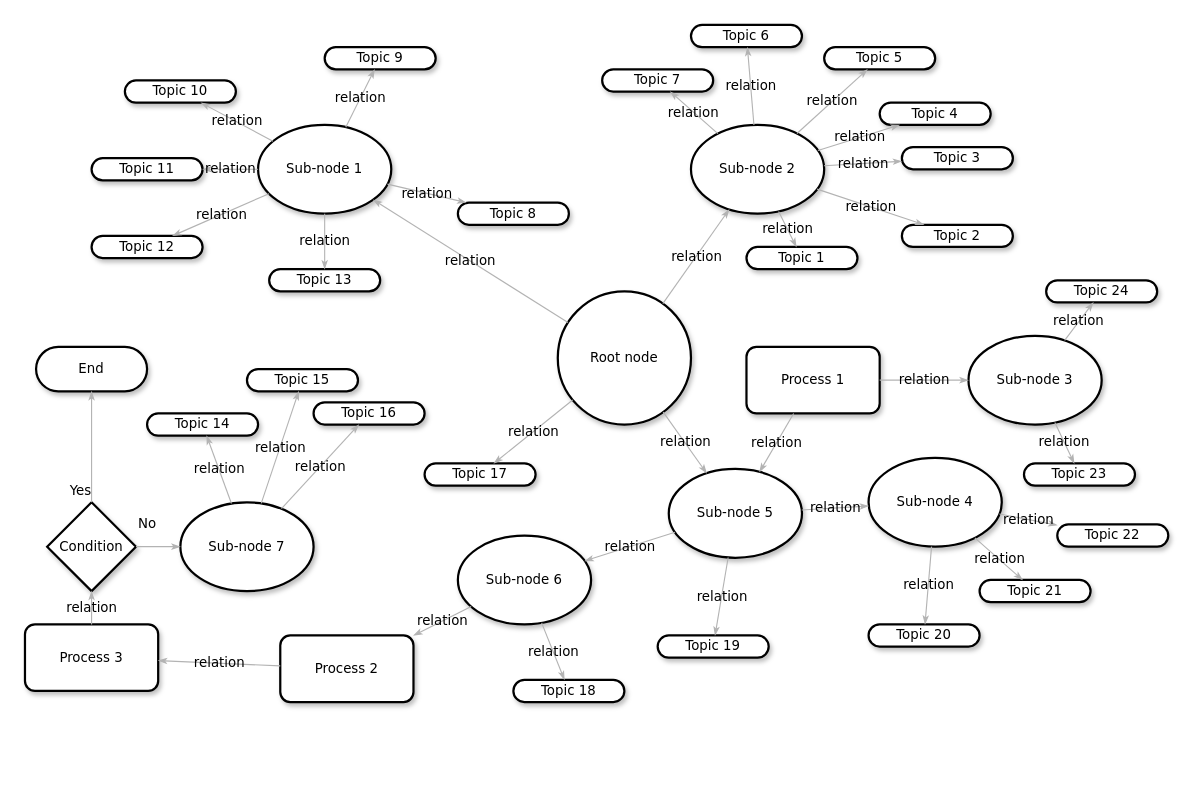
This is diagrams/Untitled Diagram.drawio from rihdus/we, a draw.io file, before an edit. Source tidied: cells renumbered, new cells numbered last; positions are measured from the earlier drawing's top-left corner, leaving out a move shared by most shapes. Both pictures are drawn from the tidied source at 111%, with x=0, y=0 at pixel (24, 24).
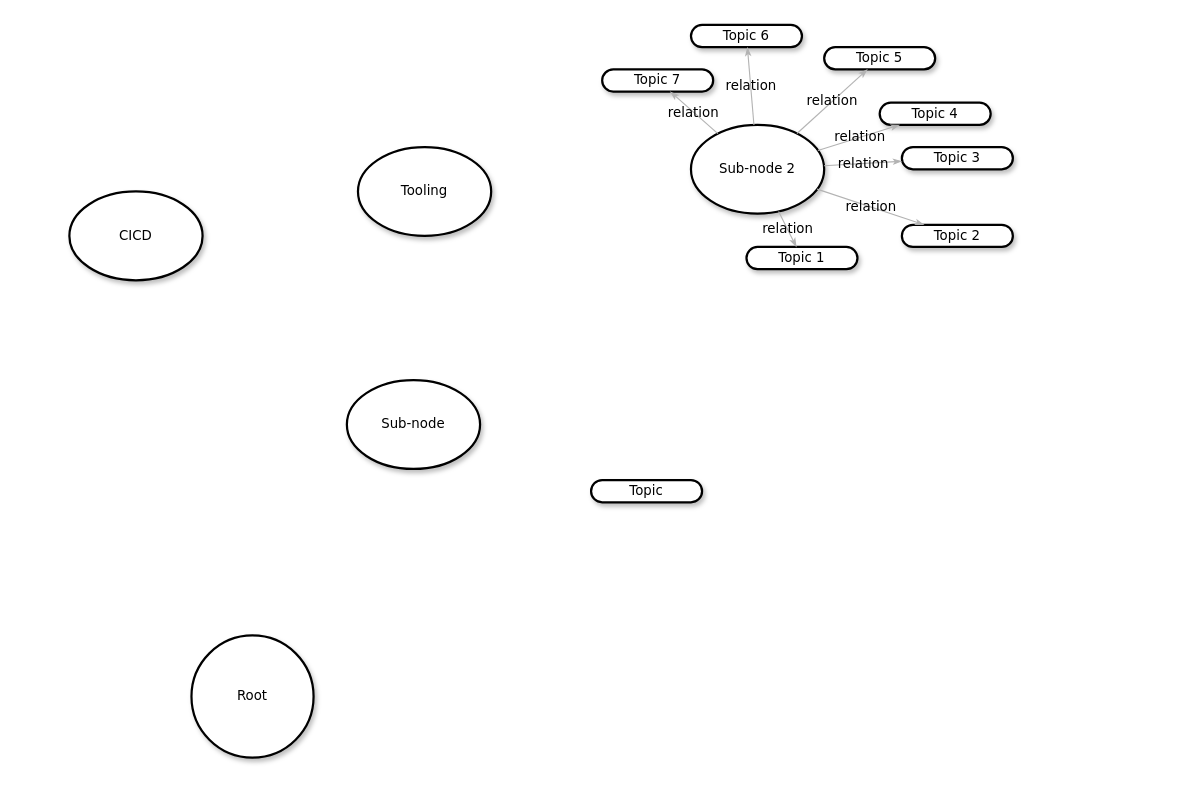
After the change.

Unchanged cells that the change refers to:
```xml
<mxCell id="4" value="&lt;span&gt;Sub-node 2&lt;/span&gt;" style="ellipse;whiteSpace=wrap;html=1;rounded=1;shadow=1;comic=0;labelBackgroundColor=none;strokeWidth=2;fontFamily=Verdana;fontSize=12;align=center;" parent="1" vertex="1">
  <mxGeometry x="600" y="90" width="120" height="80" as="geometry" />
</mxCell>
```

What changed in the source:
```diff
@@
-    <mxCell id="2" value="&lt;span&gt;Topic 10&lt;/span&gt;" style="whiteSpace=wrap;html=1;rounded=1;shadow=1;comic=0;labelBackgroundColor=none;strokeWidth=2;fontFamily=Verdana;fontSize=12;align=center;arcSize=50;" parent="1" vertex="1">
-      <mxGeometry x="90" y="50" width="100" height="20" as="geometry" />
-    </mxCell>
-    <mxCell id="3" value="Sub-node 1" style="ellipse;whiteSpace=wrap;html=1;rounded=1;shadow=1;comic=0;labelBackgroundColor=none;strokeWidth=2;fontFamily=Verdana;fontSize=12;align=center;" parent="1" vertex="1">
-      <mxGeometry x="210" y="90" width="120" height="80" as="geometry" />
-    </mxCell>
@@
-    <mxCell id="5" value="Root node" style="ellipse;whiteSpace=wrap;html=1;rounded=1;shadow=1;comic=0;labelBackgroundColor=none;strokeWidth=2;fontFamily=Verdana;fontSize=12;align=center;" parent="1" vertex="1">
-      <mxGeometry x="480" y="240" width="120" height="120" as="geometry" />
-    </mxCell>
-    <mxCell id="6" value="&lt;span&gt;Sub-node 5&lt;/span&gt;" style="ellipse;whiteSpace=wrap;html=1;rounded=1;shadow=1;comic=0;labelBackgroundColor=none;strokeWidth=2;fontFamily=Verdana;fontSize=12;align=center;" parent="1" vertex="1">
-      <mxGeometry x="580" y="400" width="120" height="80" as="geometry" />
-    </mxCell>
-    <mxCell id="7" value="&lt;span&gt;Sub-node 4&lt;/span&gt;" style="ellipse;whiteSpace=wrap;html=1;rounded=1;shadow=1;comic=0;labelBackgroundColor=none;strokeWidth=2;fontFamily=Verdana;fontSize=12;align=center;" parent="1" vertex="1">
-      <mxGeometry x="760" y="390" width="120" height="80" as="geometry" />
-    </mxCell>
-    <mxCell id="8" value="&lt;span&gt;Sub-node 6&lt;/span&gt;" style="ellipse;whiteSpace=wrap;html=1;rounded=1;shadow=1;comic=0;labelBackgroundColor=none;strokeWidth=2;fontFamily=Verdana;fontSize=12;align=center;" parent="1" vertex="1">
-      <mxGeometry x="390" y="460" width="120" height="80" as="geometry" />
-    </mxCell>
-    <mxCell id="9" value="&lt;span&gt;Topic 11&lt;/span&gt;" style="whiteSpace=wrap;html=1;rounded=1;shadow=1;comic=0;labelBackgroundColor=none;strokeWidth=2;fontFamily=Verdana;fontSize=12;align=center;arcSize=50;" parent="1" vertex="1">
-      <mxGeometry x="60" y="120" width="100" height="20" as="geometry" />
-    </mxCell>
-    <mxCell id="10" value="&lt;span&gt;Topic 12&lt;/span&gt;" style="whiteSpace=wrap;html=1;rounded=1;shadow=1;comic=0;labelBackgroundColor=none;strokeWidth=2;fontFamily=Verdana;fontSize=12;align=center;arcSize=50;" parent="1" vertex="1">
-      <mxGeometry x="60" y="190" width="100" height="20" as="geometry" />
-    </mxCell>
-    <mxCell id="11" value="&lt;span&gt;Topic 9&lt;/span&gt;" style="whiteSpace=wrap;html=1;rounded=1;shadow=1;comic=0;labelBackgroundColor=none;strokeWidth=2;fontFamily=Verdana;fontSize=12;align=center;arcSize=50;" parent="1" vertex="1">
-      <mxGeometry x="270" y="20" width="100" height="20" as="geometry" />
-    </mxCell>
@@
-    <mxCell id="13" value="&lt;span&gt;Topic 21&lt;/span&gt;" style="whiteSpace=wrap;html=1;rounded=1;shadow=1;comic=0;labelBackgroundColor=none;strokeWidth=2;fontFamily=Verdana;fontSize=12;align=center;arcSize=50;" parent="1" vertex="1">
-      <mxGeometry x="860" y="500" width="100" height="20" as="geometry" />
-    </mxCell>
-    <mxCell id="14" value="&lt;span&gt;Topic 22&lt;/span&gt;" style="whiteSpace=wrap;html=1;rounded=1;shadow=1;comic=0;labelBackgroundColor=none;strokeWidth=2;fontFamily=Verdana;fontSize=12;align=center;arcSize=50;" parent="1" vertex="1">
-      <mxGeometry x="930" y="450" width="100" height="20" as="geometry" />
-    </mxCell>
@@
-    <mxCell id="21" value="&lt;span&gt;Topic 20&lt;/span&gt;" style="whiteSpace=wrap;html=1;rounded=1;shadow=1;comic=0;labelBackgroundColor=none;strokeWidth=2;fontFamily=Verdana;fontSize=12;align=center;arcSize=50;" parent="1" vertex="1">
-      <mxGeometry x="760" y="540" width="100" height="20" as="geometry" />
-    </mxCell>
-    <mxCell id="22" value="End" style="whiteSpace=wrap;html=1;rounded=1;shadow=1;comic=0;labelBackgroundColor=none;strokeWidth=2;fontFamily=Verdana;fontSize=12;align=center;arcSize=50;" parent="1" vertex="1">
-      <mxGeometry x="10" y="290" width="100" height="40" as="geometry" />
-    </mxCell>
-    <mxCell id="23" value="Condition" style="rhombus;whiteSpace=wrap;html=1;rounded=0;shadow=1;comic=0;labelBackgroundColor=none;strokeWidth=2;fontFamily=Verdana;fontSize=12;align=center;" parent="1" vertex="1">
-      <mxGeometry x="20" y="430" width="80" height="80" as="geometry" />
-    </mxCell>
-    <mxCell id="24" value="&lt;span&gt;Process 3&lt;/span&gt;" style="rounded=1;whiteSpace=wrap;html=1;shadow=1;comic=0;labelBackgroundColor=none;strokeWidth=2;fontFamily=Verdana;fontSize=12;align=center;" parent="1" vertex="1">
-      <mxGeometry y="540" width="120" height="60" as="geometry" />
-    </mxCell>
-    <mxCell id="25" value="Process 2" style="rounded=1;whiteSpace=wrap;html=1;shadow=1;comic=0;labelBackgroundColor=none;strokeWidth=2;fontFamily=Verdana;fontSize=12;align=center;" parent="1" vertex="1">
-      <mxGeometry x="230" y="550" width="120" height="60" as="geometry" />
-    </mxCell>
-    <mxCell id="26" value="relation" style="edgeStyle=none;rounded=1;html=1;labelBackgroundColor=none;startArrow=none;startFill=0;startSize=5;endArrow=classicThin;endFill=1;endSize=5;jettySize=auto;strokeColor=#B3B3B3;strokeWidth=1;fontFamily=Verdana;fontSize=12;" parent="1" edge="1" source="3" target="11">
-      <mxGeometry relative="1" as="geometry" />
-    </mxCell>
-    <mxCell id="27" value="relation" style="edgeStyle=none;rounded=1;html=1;labelBackgroundColor=none;startArrow=none;startFill=0;startSize=5;endArrow=classicThin;endFill=1;endSize=5;jettySize=auto;strokeColor=#B3B3B3;strokeWidth=1;fontFamily=Verdana;fontSize=12;" parent="1" edge="1" source="3" target="2">
-      <mxGeometry relative="1" as="geometry" />
-    </mxCell>
-    <mxCell id="28" value="relation" style="edgeStyle=none;rounded=1;html=1;labelBackgroundColor=none;startArrow=none;startFill=0;startSize=5;endArrow=classicThin;endFill=1;endSize=5;jettySize=auto;strokeColor=#B3B3B3;strokeWidth=1;fontFamily=Verdana;fontSize=12;" parent="1" edge="1" source="3" target="9">
-      <mxGeometry relative="1" as="geometry" />
-    </mxCell>
-    <mxCell id="29" value="relation" style="edgeStyle=none;rounded=1;html=1;labelBackgroundColor=none;startArrow=none;startFill=0;startSize=5;endArrow=classicThin;endFill=1;endSize=5;jettySize=auto;strokeColor=#B3B3B3;strokeWidth=1;fontFamily=Verdana;fontSize=12;" parent="1" edge="1" source="3" target="10">
-      <mxGeometry relative="1" as="geometry" />
-    </mxCell>
-    <mxCell id="30" value="relation" style="edgeStyle=none;rounded=1;html=1;labelBackgroundColor=none;startArrow=none;startFill=0;startSize=5;endArrow=classicThin;endFill=1;endSize=5;jettySize=auto;strokeColor=#B3B3B3;strokeWidth=1;fontFamily=Verdana;fontSize=12;" parent="1" edge="1" source="5" target="3">
-      <mxGeometry relative="1" as="geometry" />
-    </mxCell>
-    <mxCell id="31" value="relation" style="edgeStyle=none;rounded=1;html=1;labelBackgroundColor=none;startArrow=none;startFill=0;startSize=5;endArrow=classicThin;endFill=1;endSize=5;jettySize=auto;strokeColor=#B3B3B3;strokeWidth=1;fontFamily=Verdana;fontSize=12;" parent="1" edge="1" source="5" target="4">
-      <mxGeometry relative="1" as="geometry" />
-    </mxCell>
-    <mxCell id="32" value="relation" style="edgeStyle=none;rounded=1;html=1;labelBackgroundColor=none;startArrow=none;startFill=0;startSize=5;endArrow=classicThin;endFill=1;endSize=5;jettySize=auto;strokeColor=#B3B3B3;strokeWidth=1;fontFamily=Verdana;fontSize=12;" parent="1" edge="1" source="5" target="6">
-      <mxGeometry relative="1" as="geometry" />
-    </mxCell>
-    <mxCell id="33" value="relation" style="edgeStyle=none;rounded=1;html=1;labelBackgroundColor=none;startArrow=none;startFill=0;startSize=5;endArrow=classicThin;endFill=1;endSize=5;jettySize=auto;strokeColor=#B3B3B3;strokeWidth=1;fontFamily=Verdana;fontSize=12;" parent="1" edge="1" source="6" target="8">
-      <mxGeometry relative="1" as="geometry" />
-    </mxCell>
-    <mxCell id="34" value="relation" style="edgeStyle=none;rounded=1;html=1;labelBackgroundColor=none;startArrow=none;startFill=0;startSize=5;endArrow=classicThin;endFill=1;endSize=5;jettySize=auto;strokeColor=#B3B3B3;strokeWidth=1;fontFamily=Verdana;fontSize=12;" parent="1" edge="1" source="6" target="7">
-      <mxGeometry relative="1" as="geometry" />
-    </mxCell>
-    <mxCell id="35" value="relation" style="edgeStyle=none;rounded=1;html=1;labelBackgroundColor=none;startArrow=none;startFill=0;startSize=5;endArrow=classicThin;endFill=1;endSize=5;jettySize=auto;strokeColor=#B3B3B3;strokeWidth=1;fontFamily=Verdana;fontSize=12;" parent="1" edge="1" source="7" target="14">
-      <mxGeometry relative="1" as="geometry" />
-    </mxCell>
-    <mxCell id="36" value="relation" style="edgeStyle=none;rounded=1;html=1;labelBackgroundColor=none;startArrow=none;startFill=0;startSize=5;endArrow=classicThin;endFill=1;endSize=5;jettySize=auto;strokeColor=#B3B3B3;strokeWidth=1;fontFamily=Verdana;fontSize=12;" parent="1" edge="1" source="7" target="13">
-      <mxGeometry relative="1" as="geometry" />
-    </mxCell>
-    <mxCell id="37" value="relation" style="edgeStyle=none;rounded=1;html=1;labelBackgroundColor=none;startArrow=none;startFill=0;startSize=5;endArrow=classicThin;endFill=1;endSize=5;jettySize=auto;strokeColor=#B3B3B3;strokeWidth=1;fontFamily=Verdana;fontSize=12;" parent="1" edge="1" source="7" target="21">
-      <mxGeometry relative="1" as="geometry" />
-    </mxCell>
@@
-    <mxCell id="45" value="relation" style="edgeStyle=none;rounded=1;html=1;labelBackgroundColor=none;startArrow=none;startFill=0;startSize=5;endArrow=classicThin;endFill=1;endSize=5;jettySize=auto;strokeColor=#B3B3B3;strokeWidth=1;fontFamily=Verdana;fontSize=12;" parent="1" edge="1" source="8" target="25">
-      <mxGeometry relative="1" as="geometry" />
-    </mxCell>
-    <mxCell id="46" value="relation" style="edgeStyle=none;rounded=1;html=1;labelBackgroundColor=none;startArrow=none;startFill=0;startSize=5;endArrow=classicThin;endFill=1;endSize=5;jettySize=auto;strokeColor=#B3B3B3;strokeWidth=1;fontFamily=Verdana;fontSize=12;" parent="1" edge="1" source="25" target="24">
-      <mxGeometry relative="1" as="geometry" />
-    </mxCell>
-    <mxCell id="47" value="relation" style="edgeStyle=none;rounded=1;html=1;labelBackgroundColor=none;startArrow=none;startFill=0;startSize=5;endArrow=classicThin;endFill=1;endSize=5;jettySize=auto;strokeColor=#B3B3B3;strokeWidth=1;fontFamily=Verdana;fontSize=12;" parent="1" edge="1" source="24" target="23">
-      <mxGeometry relative="1" as="geometry" />
-    </mxCell>
-    <mxCell id="48" value="Yes" style="edgeStyle=none;rounded=1;html=1;labelBackgroundColor=none;startArrow=none;startFill=0;startSize=5;endArrow=classicThin;endFill=1;endSize=5;jettySize=auto;strokeColor=#B3B3B3;strokeWidth=1;fontFamily=Verdana;fontSize=12;" parent="1" edge="1" source="23" target="22">
-      <mxGeometry x="-0.79" y="10" relative="1" as="geometry" />
-    </mxCell>
-    <mxCell id="49" value="Process 1" style="rounded=1;whiteSpace=wrap;html=1;shadow=1;comic=0;labelBackgroundColor=none;strokeWidth=2;fontFamily=Verdana;fontSize=12;align=center;" parent="1" vertex="1">
-      <mxGeometry x="650" y="290" width="120" height="60" as="geometry" />
-    </mxCell>
-    <mxCell id="50" value="&lt;span&gt;Sub-node 3&lt;/span&gt;" style="ellipse;whiteSpace=wrap;html=1;rounded=1;shadow=1;comic=0;labelBackgroundColor=none;strokeWidth=2;fontFamily=Verdana;fontSize=12;align=center;" parent="1" vertex="1">
-      <mxGeometry x="850" y="280" width="120" height="80" as="geometry" />
-    </mxCell>
-    <mxCell id="51" value="&lt;span&gt;Topic 24&lt;/span&gt;" style="whiteSpace=wrap;html=1;rounded=1;shadow=1;comic=0;labelBackgroundColor=none;strokeWidth=2;fontFamily=Verdana;fontSize=12;align=center;arcSize=50;" parent="1" vertex="1">
-      <mxGeometry x="920" y="230" width="100" height="20" as="geometry" />
-    </mxCell>
-    <mxCell id="52" value="&lt;span&gt;Topic 23&lt;/span&gt;" style="whiteSpace=wrap;html=1;rounded=1;shadow=1;comic=0;labelBackgroundColor=none;strokeWidth=2;fontFamily=Verdana;fontSize=12;align=center;arcSize=50;" parent="1" vertex="1">
-      <mxGeometry x="900" y="395" width="100" height="20" as="geometry" />
-    </mxCell>
-    <mxCell id="53" value="&lt;span&gt;Topic 8&lt;/span&gt;" style="whiteSpace=wrap;html=1;rounded=1;shadow=1;comic=0;labelBackgroundColor=none;strokeWidth=2;fontFamily=Verdana;fontSize=12;align=center;arcSize=50;" parent="1" vertex="1">
-      <mxGeometry x="390" y="160" width="100" height="20" as="geometry" />
-    </mxCell>
-    <mxCell id="54" value="&lt;span&gt;Topic 13&lt;/span&gt;" style="whiteSpace=wrap;html=1;rounded=1;shadow=1;comic=0;labelBackgroundColor=none;strokeWidth=2;fontFamily=Verdana;fontSize=12;align=center;arcSize=50;" parent="1" vertex="1">
-      <mxGeometry x="220" y="220" width="100" height="20" as="geometry" />
-    </mxCell>
-    <mxCell id="55" value="&lt;span&gt;Topic 19&lt;/span&gt;" style="whiteSpace=wrap;html=1;rounded=1;shadow=1;comic=0;labelBackgroundColor=none;strokeWidth=2;fontFamily=Verdana;fontSize=12;align=center;arcSize=50;" parent="1" vertex="1">
-      <mxGeometry x="570" y="550" width="100" height="20" as="geometry" />
-    </mxCell>
-    <mxCell id="56" value="&lt;span&gt;Topic 18&lt;/span&gt;" style="whiteSpace=wrap;html=1;rounded=1;shadow=1;comic=0;labelBackgroundColor=none;strokeWidth=2;fontFamily=Verdana;fontSize=12;align=center;arcSize=50;" parent="1" vertex="1">
-      <mxGeometry x="440" y="590" width="100" height="20" as="geometry" />
-    </mxCell>
-    <mxCell id="57" value="&lt;span&gt;Topic 17&lt;/span&gt;" style="whiteSpace=wrap;html=1;rounded=1;shadow=1;comic=0;labelBackgroundColor=none;strokeWidth=2;fontFamily=Verdana;fontSize=12;align=center;arcSize=50;" parent="1" vertex="1">
-      <mxGeometry x="360" y="395" width="100" height="20" as="geometry" />
-    </mxCell>
-    <mxCell id="58" value="relation" style="edgeStyle=none;rounded=1;html=1;labelBackgroundColor=none;startArrow=none;startFill=0;startSize=5;endArrow=classicThin;endFill=1;endSize=5;jettySize=auto;strokeColor=#B3B3B3;strokeWidth=1;fontFamily=Verdana;fontSize=12;" parent="1" edge="1" source="3" target="53">
-      <mxGeometry relative="1" as="geometry" />
-    </mxCell>
-    <mxCell id="59" value="relation" style="edgeStyle=none;rounded=1;html=1;labelBackgroundColor=none;startArrow=none;startFill=0;startSize=5;endArrow=classicThin;endFill=1;endSize=5;jettySize=auto;strokeColor=#B3B3B3;strokeWidth=1;fontFamily=Verdana;fontSize=12;" parent="1" edge="1" source="3" target="54">
-      <mxGeometry relative="1" as="geometry" />
-    </mxCell>
-    <mxCell id="60" value="relation" style="edgeStyle=none;rounded=1;html=1;labelBackgroundColor=none;startArrow=none;startFill=0;startSize=5;endArrow=classicThin;endFill=1;endSize=5;jettySize=auto;strokeColor=#B3B3B3;strokeWidth=1;fontFamily=Verdana;fontSize=12;" parent="1" edge="1" source="50" target="51">
-      <mxGeometry relative="1" as="geometry" />
-    </mxCell>
-    <mxCell id="61" value="relation" style="edgeStyle=none;rounded=1;html=1;labelBackgroundColor=none;startArrow=none;startFill=0;startSize=5;endArrow=classicThin;endFill=1;endSize=5;jettySize=auto;strokeColor=#B3B3B3;strokeWidth=1;fontFamily=Verdana;fontSize=12;" parent="1" edge="1" source="50" target="52">
-      <mxGeometry relative="1" as="geometry" />
-    </mxCell>
-    <mxCell id="62" value="relation" style="edgeStyle=none;rounded=1;html=1;labelBackgroundColor=none;startArrow=none;startFill=0;startSize=5;endArrow=classicThin;endFill=1;endSize=5;jettySize=auto;strokeColor=#B3B3B3;strokeWidth=1;fontFamily=Verdana;fontSize=12;" parent="1" edge="1" source="49" target="50">
-      <mxGeometry relative="1" as="geometry" />
-    </mxCell>
-    <mxCell id="63" value="relation" style="edgeStyle=none;rounded=1;html=1;labelBackgroundColor=none;startArrow=none;startFill=0;startSize=5;endArrow=classicThin;endFill=1;endSize=5;jettySize=auto;strokeColor=#B3B3B3;strokeWidth=1;fontFamily=Verdana;fontSize=12;" parent="1" edge="1" source="49" target="6">
-      <mxGeometry relative="1" as="geometry" />
-    </mxCell>
-    <mxCell id="64" value="&lt;span&gt;Sub-node 7&lt;/span&gt;" style="ellipse;whiteSpace=wrap;html=1;rounded=1;shadow=1;comic=0;labelBackgroundColor=none;strokeWidth=2;fontFamily=Verdana;fontSize=12;align=center;" parent="1" vertex="1">
-      <mxGeometry x="140" y="430" width="120" height="80" as="geometry" />
+    <mxCell id="64" value="&lt;span&gt;CICD&lt;/span&gt;" style="ellipse;whiteSpace=wrap;html=1;rounded=1;shadow=1;comic=0;labelBackgroundColor=none;strokeWidth=2;fontFamily=Verdana;fontSize=12;align=center;" parent="1" vertex="1">
+      <mxGeometry x="40" y="150" width="120" height="80" as="geometry" />
     </mxCell>
-    <mxCell id="65" value="&lt;span&gt;Topic 16&lt;/span&gt;" style="whiteSpace=wrap;html=1;rounded=1;shadow=1;comic=0;labelBackgroundColor=none;strokeWidth=2;fontFamily=Verdana;fontSize=12;align=center;arcSize=50;" parent="1" vertex="1">
-      <mxGeometry x="260" y="340" width="100" height="20" as="geometry" />
-    </mxCell>
-    <mxCell id="66" value="&lt;span&gt;Topic 15&lt;/span&gt;" style="whiteSpace=wrap;html=1;rounded=1;shadow=1;comic=0;labelBackgroundColor=none;strokeWidth=2;fontFamily=Verdana;fontSize=12;align=center;arcSize=50;" parent="1" vertex="1">
-      <mxGeometry x="200" y="310" width="100" height="20" as="geometry" />
-    </mxCell>
-    <mxCell id="67" value="&lt;span&gt;Topic 14&lt;/span&gt;" style="whiteSpace=wrap;html=1;rounded=1;shadow=1;comic=0;labelBackgroundColor=none;strokeWidth=2;fontFamily=Verdana;fontSize=12;align=center;arcSize=50;" parent="1" vertex="1">
-      <mxGeometry x="110" y="350" width="100" height="20" as="geometry" />
-    </mxCell>
-    <mxCell id="68" value="relation" style="edgeStyle=none;rounded=1;html=1;labelBackgroundColor=none;startArrow=none;startFill=0;startSize=5;endArrow=classicThin;endFill=1;endSize=5;jettySize=auto;strokeColor=#B3B3B3;strokeWidth=1;fontFamily=Verdana;fontSize=12;" parent="1" edge="1" source="64" target="67">
-      <mxGeometry relative="1" as="geometry" />
-    </mxCell>
-    <mxCell id="69" value="relation" style="edgeStyle=none;rounded=1;html=1;labelBackgroundColor=none;startArrow=none;startFill=0;startSize=5;endArrow=classicThin;endFill=1;endSize=5;jettySize=auto;strokeColor=#B3B3B3;strokeWidth=1;fontFamily=Verdana;fontSize=12;" parent="1" edge="1" source="64" target="66">
-      <mxGeometry relative="1" as="geometry" />
-    </mxCell>
-    <mxCell id="70" value="relation" style="edgeStyle=none;rounded=1;html=1;labelBackgroundColor=none;startArrow=none;startFill=0;startSize=5;endArrow=classicThin;endFill=1;endSize=5;jettySize=auto;strokeColor=#B3B3B3;strokeWidth=1;fontFamily=Verdana;fontSize=12;" parent="1" edge="1" source="64" target="65">
-      <mxGeometry relative="1" as="geometry" />
-    </mxCell>
-    <mxCell id="71" value="No" style="edgeStyle=none;rounded=1;html=1;labelBackgroundColor=none;startArrow=none;startFill=0;startSize=5;endArrow=classicThin;endFill=1;endSize=5;jettySize=auto;strokeColor=#B3B3B3;strokeWidth=1;fontFamily=Verdana;fontSize=12;" parent="1" edge="1" source="23" target="64">
-      <mxGeometry x="-0.5" y="20" relative="1" as="geometry" />
-    </mxCell>
-    <mxCell id="72" value="relation" style="edgeStyle=none;rounded=1;html=1;labelBackgroundColor=none;startArrow=none;startFill=0;startSize=5;endArrow=classicThin;endFill=1;endSize=5;jettySize=auto;strokeColor=#B3B3B3;strokeWidth=1;fontFamily=Verdana;fontSize=12;" parent="1" edge="1" source="5" target="57">
-      <mxGeometry relative="1" as="geometry" />
-    </mxCell>
-    <mxCell id="73" value="relation" style="edgeStyle=none;rounded=1;html=1;labelBackgroundColor=none;startArrow=none;startFill=0;startSize=5;endArrow=classicThin;endFill=1;endSize=5;jettySize=auto;strokeColor=#B3B3B3;strokeWidth=1;fontFamily=Verdana;fontSize=12;" parent="1" edge="1" source="6" target="55">
-      <mxGeometry relative="1" as="geometry" />
-    </mxCell>
-    <mxCell id="74" value="relation" style="edgeStyle=none;rounded=1;html=1;labelBackgroundColor=none;startArrow=none;startFill=0;startSize=5;endArrow=classicThin;endFill=1;endSize=5;jettySize=auto;strokeColor=#B3B3B3;strokeWidth=1;fontFamily=Verdana;fontSize=12;" parent="1" edge="1" source="8" target="56">
-      <mxGeometry relative="1" as="geometry" />
-    </mxCell>
+    <mxCell id="75" value="Tooling" style="ellipse;whiteSpace=wrap;html=1;rounded=1;shadow=1;comic=0;labelBackgroundColor=none;strokeWidth=2;fontFamily=Verdana;fontSize=12;align=center;" parent="1" vertex="1">
+      <mxGeometry x="300" y="110" width="120" height="80" as="geometry" />
+    </mxCell>
+    <mxCell id="76" value="Sub-node" style="ellipse;whiteSpace=wrap;html=1;rounded=1;shadow=1;comic=0;labelBackgroundColor=none;strokeWidth=2;fontFamily=Verdana;fontSize=12;align=center;" parent="1" vertex="1">
+      <mxGeometry x="290" y="320" width="120" height="80" as="geometry" />
+    </mxCell>
+    <mxCell id="77" value="Topic" style="whiteSpace=wrap;html=1;rounded=1;shadow=1;comic=0;labelBackgroundColor=none;strokeWidth=2;fontFamily=Verdana;fontSize=12;align=center;arcSize=50;" parent="1" vertex="1">
+      <mxGeometry x="510" y="410" width="100" height="20" as="geometry" />
+    </mxCell>
+    <mxCell id="78" value="Root" style="ellipse;whiteSpace=wrap;html=1;rounded=1;shadow=1;comic=0;labelBackgroundColor=none;strokeWidth=2;fontFamily=Verdana;fontSize=12;align=center;" parent="1" vertex="1">
+      <mxGeometry x="150" y="550" width="110" height="110" as="geometry" />
+    </mxCell>
```
